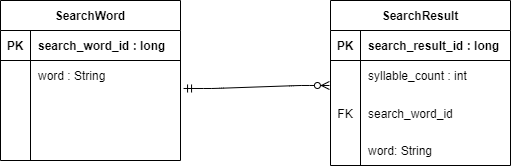
Above: docs/img/erd.png in Curtis19-99/freestyle-rhyme (draw.io), before the change. Source tidied: cells renumbered, new cells last; positions are measured from the earlier drawing's top-left corner, leaving out a move shared by most shapes.
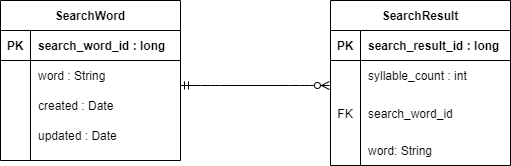
Above is the later version.

What changed in the source:
```diff
@@ -29,7 +29,7 @@
     <mxCell id="10" style="shape=partialRectangle;fillColor=none;top=0;left=0;bottom=0;right=0;overflow=hidden;" parent="9" vertex="1">
       <mxGeometry width="30" height="30" as="geometry" />
     </mxCell>
-    <mxCell id="11" style="shape=partialRectangle;fillColor=none;top=0;left=0;bottom=0;right=0;align=left;spacingLeft=6;overflow=hidden;" parent="9" vertex="1">
+    <mxCell id="11" value="created : Date  " style="shape=partialRectangle;fillColor=none;top=0;left=0;bottom=0;right=0;align=left;spacingLeft=6;overflow=hidden;" parent="9" vertex="1">
       <mxGeometry x="30" width="150" height="30" as="geometry" />
     </mxCell>
     <mxCell id="12" style="shape=partialRectangle;fillColor=none;top=0;left=0;bottom=0;right=0;" parent="2" vertex="1">
@@ -38,11 +38,13 @@
     <mxCell id="13" style="shape=partialRectangle;fillColor=none;top=0;left=0;bottom=0;right=0;overflow=hidden;" parent="12" vertex="1">
       <mxGeometry width="30" height="30" as="geometry" />
     </mxCell>
-    <mxCell id="14" style="shape=partialRectangle;fillColor=none;top=0;left=0;bottom=0;right=0;align=left;spacingLeft=6;overflow=hidden;" parent="12" vertex="1">
+    <mxCell id="14" value="updated : Date" style="shape=partialRectangle;fillColor=none;top=0;left=0;bottom=0;right=0;align=left;spacingLeft=6;overflow=hidden;" parent="12" vertex="1">
       <mxGeometry x="30" width="150" height="30" as="geometry" />
     </mxCell>
-    <mxCell id="15" style="edgeStyle=entityRelationEdgeStyle;fontSize=12;html=1;endArrow=ERzeroToMany;exitX=1.017;exitY=-0.067;exitDx=0;exitDy=0;exitPerimeter=0;entryX=-0.006;entryY=0.833;entryDx=0;entryDy=0;entryPerimeter=0;endFill=1;startArrow=ERmandOne;startFill=0;" parent="1" edge="1" source="9" target="20">
-      <mxGeometry relative="1" as="geometry" />
+    <mxCell id="15" style="edgeStyle=entityRelationEdgeStyle;fontSize=12;html=1;endArrow=ERzeroToMany;entryX=-0.006;entryY=0.833;entryDx=0;entryDy=0;entryPerimeter=0;endFill=1;startArrow=ERmandOne;startFill=0;" parent="1" edge="1" target="20">
+      <mxGeometry relative="1" as="geometry">
+        <mxPoint x="180" y="85" as="sourcePoint" />
+      </mxGeometry>
     </mxCell>
     <mxCell id="16" value="SearchResult" style="shape=table;startSize=30;rowLines=0;fontStyle=1;align=center;" parent="1" vertex="1">
       <mxGeometry x="330" width="180" height="165" as="geometry" />
```
